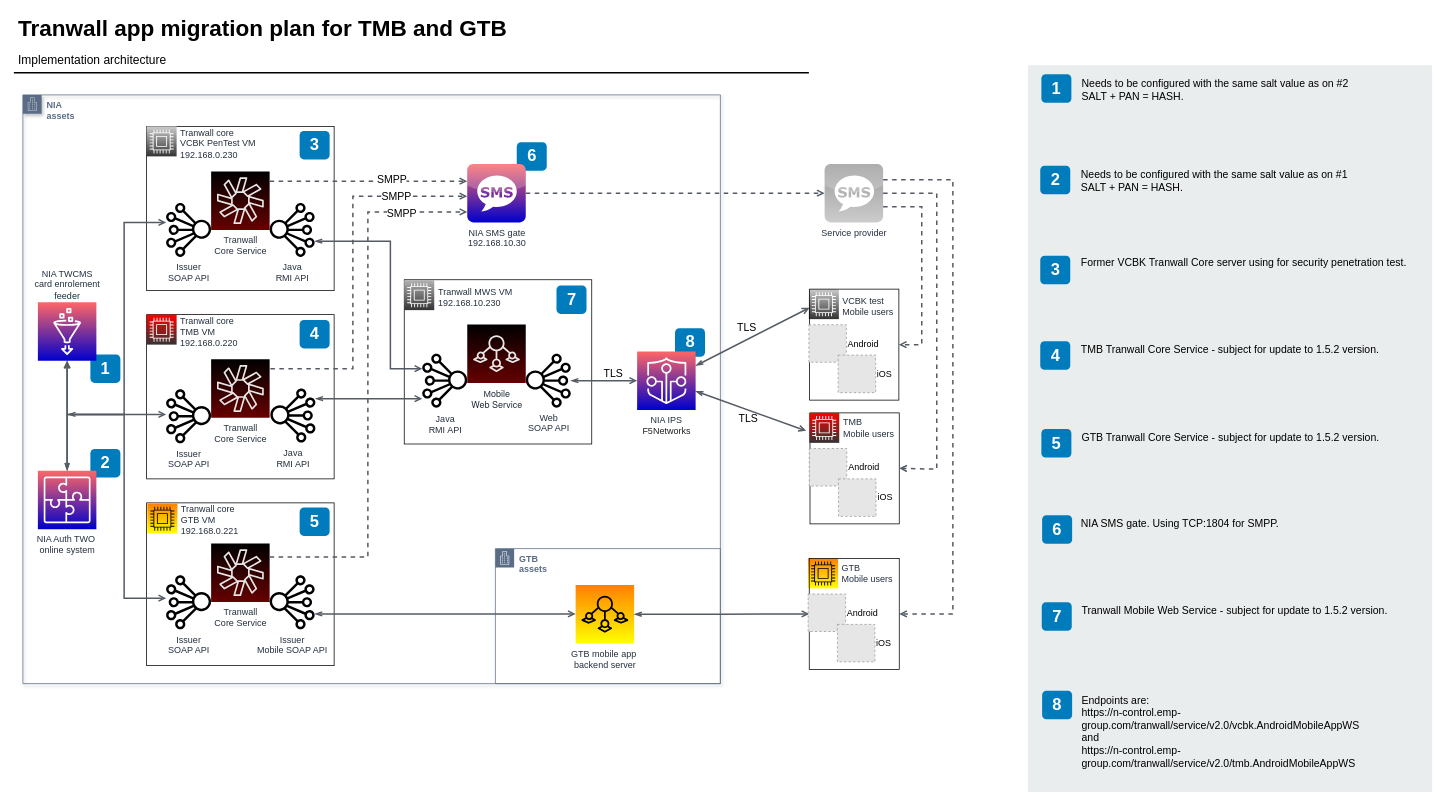
Before: Tranwall app migration plan.drawio in 7ak/draw.io, a draw.io diagram. Source tidied: cells renumbered, new cells numbered last; positions are measured from the earlier drawing's top-left corner, leaving out a move shared by most shapes. Both pictures are drawn from the tidied source at 75%, with x=0, y=0 at pixel (14, 13). Pictures stored in the file or linked from it are replaced by grey dashed boxes.
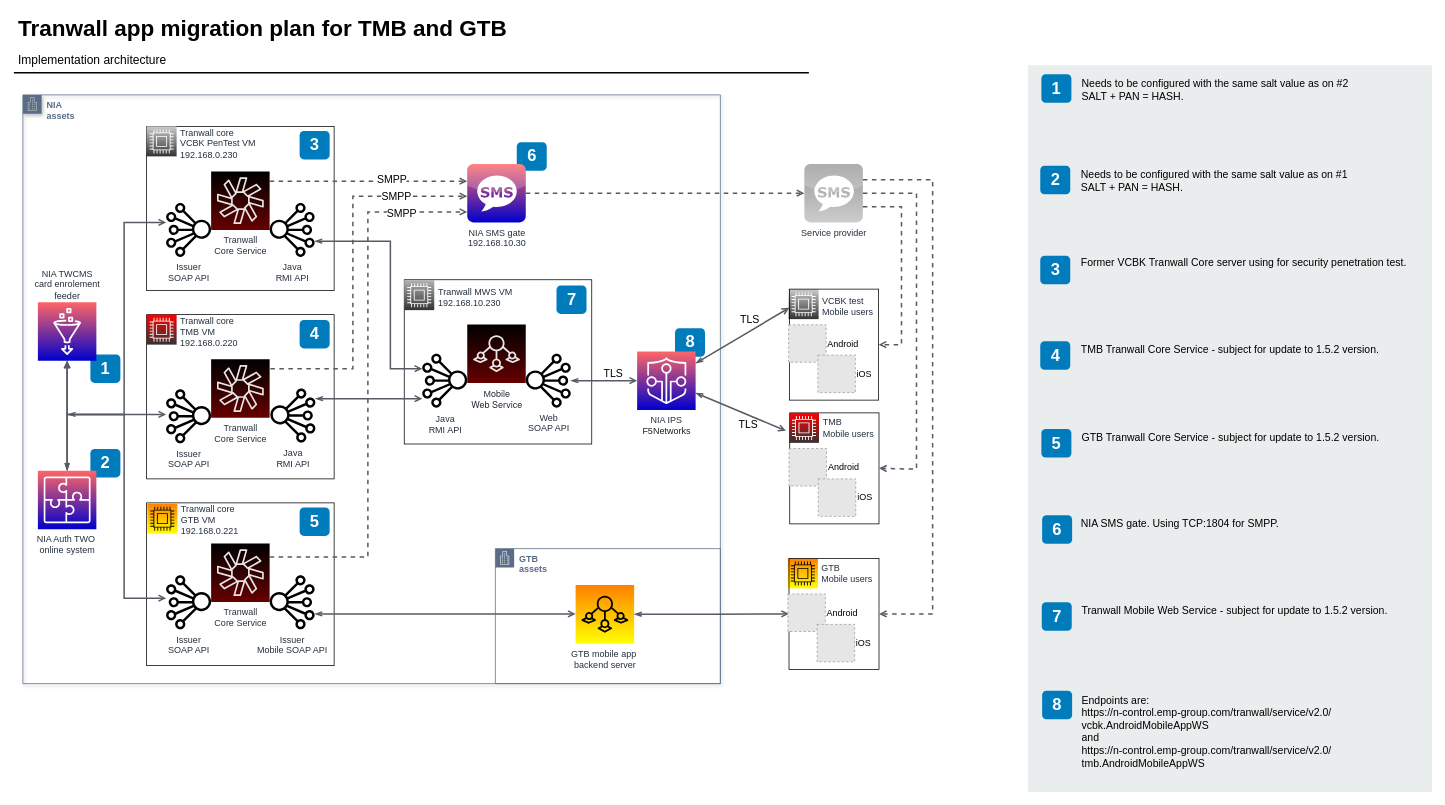
After the change.

The change refers to these unchanged cells:
```xml
<mxCell id="66" style="whiteSpace=wrap;html=1;dashed=0;fontColor=#AAB7B8;fontStyle=0;align=left;verticalAlign=top;strokeColor=#000000;fillColor=none;gradientColor=none;spacingLeft=30;" parent="64" vertex="1">
  <mxGeometry x="1" width="119" height="148" as="geometry" />
</mxCell>
<mxCell id="71" style="whiteSpace=wrap;html=1;dashed=0;fontColor=#AAB7B8;fontStyle=0;align=left;verticalAlign=top;strokeColor=#000000;fillColor=none;gradientColor=none;spacingLeft=30;" parent="70" vertex="1">
  <mxGeometry x="1" width="119" height="148" as="geometry" />
</mxCell>
<mxCell id="75" style="rounded=0;jettySize=auto;html=1;strokeColor=#545B64;strokeWidth=2;endFill=0;endArrow=open;startArrow=openThin;entryX=-0.043;entryY=0.162;entryDx=0;entryDy=0;startFill=0;entryPerimeter=0;" parent="1" edge="1" source="95" target="71">
  <mxGeometry relative="1" as="geometry" />
</mxCell>
<mxCell id="77" style="rounded=0;jettySize=auto;html=1;strokeColor=#545B64;strokeWidth=2;endFill=0;endArrow=open;startArrow=openThin;entryX=-0.001;entryY=0.168;entryDx=0;entryDy=0;startFill=0;entryPerimeter=0;" parent="1" edge="1" source="95" target="66">
  <mxGeometry relative="1" as="geometry" />
</mxCell>
<mxCell id="82" style="whiteSpace=wrap;html=1;dashed=0;fontColor=#AAB7B8;fontStyle=0;align=left;verticalAlign=top;strokeColor=#000000;fillColor=none;gradientColor=none;spacingLeft=30;" parent="80" vertex="1">
  <mxGeometry x="1.5" width="120" height="148" as="geometry" />
</mxCell>
```

Change to the diagram source:
```diff
@@
-    <mxCell id="35" value="Endpoints are:&lt;br&gt;https://n-control.emp-group.com/tranwall/service/v2.0/vcbk.AndroidMobileAppWS&lt;br&gt;and&lt;br&gt;https://n-control.emp-group.com/tranwall/service/v2.0/tmb.AndroidMobileAppWS" style="text;html=1;align=left;verticalAlign=top;spacingTop=-4;fontSize=14;labelBackgroundColor=none;whiteSpace=wrap;" parent="1" vertex="1">
+    <mxCell id="35" value="Endpoints are:&lt;br&gt;https://n-control.emp-group.com/tranwall/service/v2.0/&lt;br&gt;vcbk.AndroidMobileAppWS&lt;br&gt;and&lt;br&gt;https://n-control.emp-group.com/tranwall/service/v2.0/&lt;br&gt;tmb.AndroidMobileAppWS" style="text;html=1;align=left;verticalAlign=top;spacingTop=-4;fontSize=14;labelBackgroundColor=none;whiteSpace=wrap;" parent="1" vertex="1">
       <mxGeometry x="1421.5" y="905" width="449" height="124" as="geometry" />
     </mxCell>
@@
     <mxCell id="64" style="group;" parent="1" vertex="1">
-      <mxGeometry x="1060" y="368" width="154" height="195" as="geometry" />
+      <mxGeometry x="1033" y="368" width="154" height="195" as="geometry" />
     </mxCell>
@@
     <mxCell id="69" style="group;" parent="1" vertex="1">
-      <mxGeometry x="1070.5" y="534" width="143.5" height="159" as="geometry" />
+      <mxGeometry x="1043.5" y="534" width="143.5" height="159" as="geometry" />
     </mxCell>
@@
     <mxCell id="76" value="TLS" style="text;html=1;align=center;verticalAlign=middle;labelBackgroundColor=none;fontSize=14;fontColor=#000000;" parent="75" vertex="1">
       <mxGeometry x="0.16" y="-1" relative="1" as="geometry">
-        <mxPoint x="-16" y="4.5" as="offset" />
+        <mxPoint y="10.5" as="offset" />
       </mxGeometry>
     </mxCell>
@@
     <mxCell id="78" value="TLS" style="text;html=1;align=center;verticalAlign=middle;labelBackgroundColor=none;fontSize=14;fontColor=#000000;" parent="77" vertex="1">
       <mxGeometry x="0.15" y="2" relative="1" as="geometry">
-        <mxPoint x="-19" y="-5" as="offset" />
+        <mxPoint x="1" y="-15" as="offset" />
       </mxGeometry>
     </mxCell>
     <mxCell id="79" style="group;" parent="1" vertex="1">
-      <mxGeometry x="1059" y="727" width="121.5" height="148" as="geometry" />
+      <mxGeometry x="1032" y="727" width="121.5" height="148" as="geometry" />
     </mxCell>
@@
     <mxCell id="86" value="Service provider" style="dashed=0;outlineConnect=0;html=1;align=center;labelPosition=center;verticalLabelPosition=bottom;verticalAlign=top;shape=mxgraph.webicons.sms;fillColor=#CCCCCC;gradientColor=#999999;strokeColor=#ffffff;fontColor=#232F3E;fontStyle=0;gradientDirection=north;" parent="1" vertex="1">
-      <mxGeometry x="1081" y="201" width="78" height="78" as="geometry" />
+      <mxGeometry x="1054" y="201" width="78" height="78" as="geometry" />
     </mxCell>
     <mxCell id="87" style="rounded=0;jettySize=auto;html=1;strokeColor=#545B64;strokeWidth=2;endFill=0;endArrow=open;startArrow=none;startFill=0;dashed=1;entryX=1;entryY=0.5;entryDx=0;entryDy=0;edgeStyle=orthogonalEdgeStyle;" parent="1" edge="1" source="86" target="66">
       <mxGeometry relative="1" as="geometry">
         <Array as="points">
-          <mxPoint x="1210.5" y="258" />
-          <mxPoint x="1210.5" y="442" />
+          <mxPoint x="1183.5" y="258" />
+          <mxPoint x="1183.5" y="442" />
         </Array>
       </mxGeometry>
     </mxCell>
     <mxCell id="88" style="rounded=0;jettySize=auto;html=1;strokeColor=#545B64;strokeWidth=2;endFill=0;endArrow=open;startArrow=none;startFill=0;dashed=1;entryX=1;entryY=0.5;entryDx=0;entryDy=0;edgeStyle=orthogonalEdgeStyle;" parent="1" edge="1" source="86" target="71">
       <mxGeometry relative="1" as="geometry">
         <Array as="points">
-          <mxPoint x="1230.5" y="240" />
-          <mxPoint x="1230.5" y="608" />
+          <mxPoint x="1203.5" y="240" />
+          <mxPoint x="1203.5" y="608" />
         </Array>
       </mxGeometry>
     </mxCell>
     <mxCell id="89" style="rounded=0;jettySize=auto;html=1;strokeColor=#545B64;strokeWidth=2;endFill=0;endArrow=open;startArrow=none;startFill=0;dashed=1;entryX=1;entryY=0.5;entryDx=0;entryDy=0;edgeStyle=orthogonalEdgeStyle;" parent="1" edge="1" source="86" target="82">
       <mxGeometry relative="1" as="geometry">
         <Array as="points">
-          <mxPoint x="1252" y="222" />
-          <mxPoint x="1252" y="801" />
+          <mxPoint x="1225" y="222" />
+          <mxPoint x="1225" y="801" />
         </Array>
       </mxGeometry>
     </mxCell>
```
